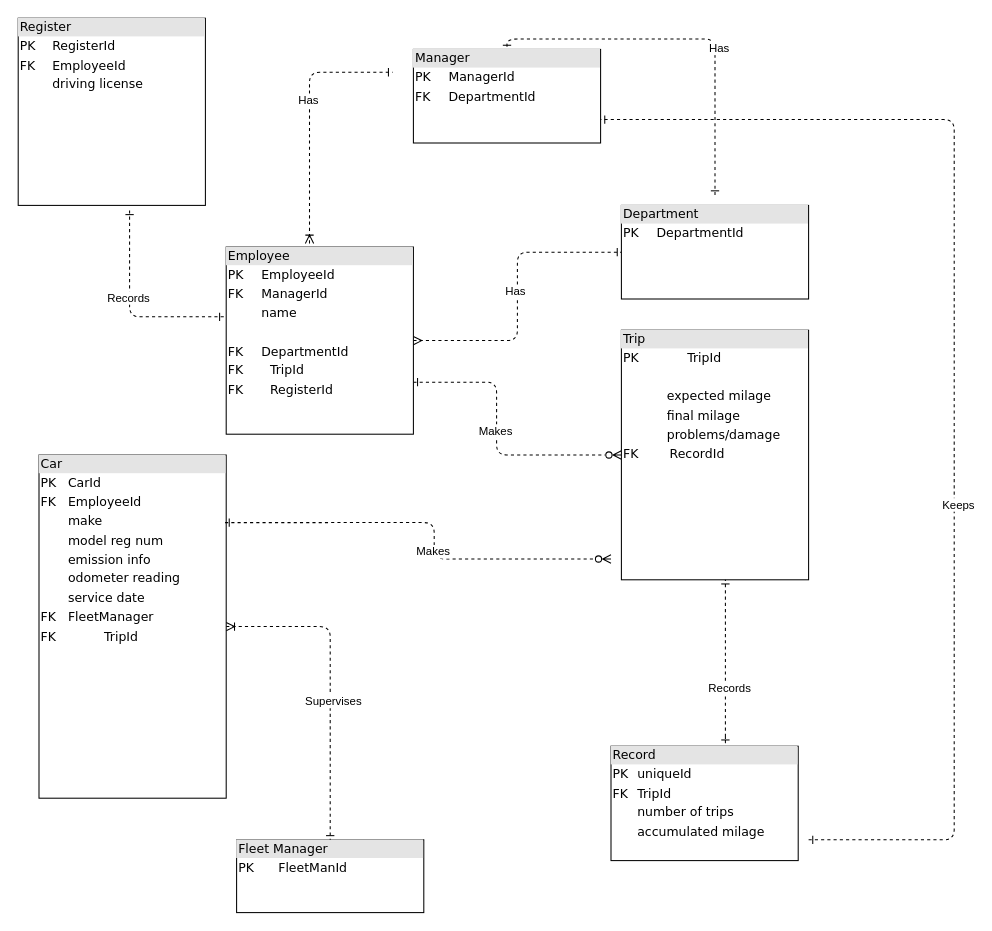
This is Untitled Diagram.drawio from InesCortina/git-demo, a draw.io file, before an edit. Source tidied: cells renumbered, new cells numbered last; positions are measured from the earlier drawing's top-left corner, leaving out a move shared by most shapes. Both pictures are drawn from the tidied source at 104%, with x=0, y=0 at pixel (18, 18).
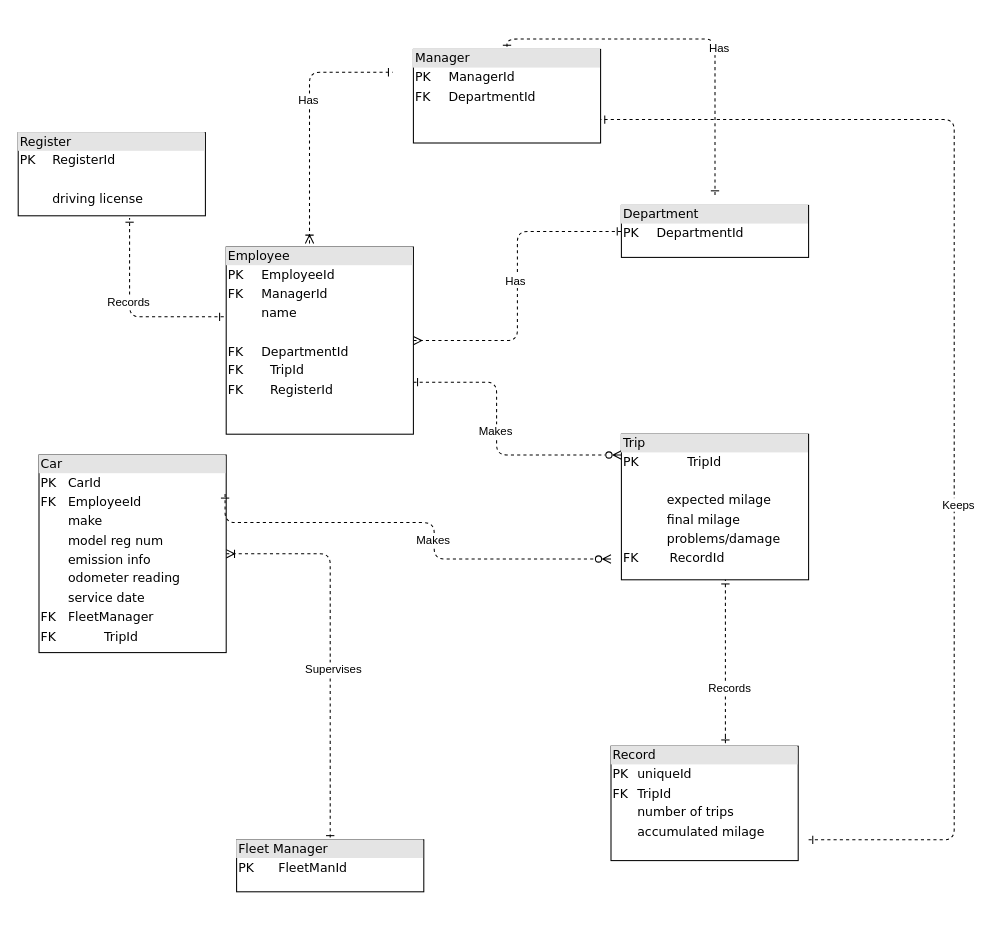
Above is the later version.

What changed in the source:
```diff
@@
     <mxCell id="8" value="&lt;div style=&quot;box-sizing: border-box ; width: 100% ; background: #e4e4e4 ; padding: 2px&quot;&gt;Fleet Manager&lt;/div&gt;&lt;table style=&quot;width: 100% ; font-size: 1em&quot; cellpadding=&quot;2&quot; cellspacing=&quot;0&quot;&gt;&lt;tbody&gt;&lt;tr&gt;&lt;td&gt;PK&lt;/td&gt;&lt;td&gt;FleetManId&lt;/td&gt;&lt;/tr&gt;&lt;tr&gt;&lt;td&gt;&lt;br&gt;&lt;/td&gt;&lt;td&gt;&lt;br&gt;&lt;/td&gt;&lt;/tr&gt;&lt;/tbody&gt;&lt;/table&gt;" style="verticalAlign=top;align=left;overflow=fill;html=1;rounded=0;shadow=0;comic=0;labelBackgroundColor=none;strokeWidth=1;fontFamily=Verdana;fontSize=12;" parent="1" vertex="1">
-      <mxGeometry x="210" y="790" width="180" height="70" as="geometry" />
+      <mxGeometry x="210" y="790" width="180" height="50" as="geometry" />
     </mxCell>
@@
     <mxCell id="11" value="&lt;div style=&quot;box-sizing: border-box ; width: 100% ; background: #e4e4e4 ; padding: 2px&quot;&gt;Car&lt;br&gt;&lt;/div&gt;&lt;table style=&quot;border-color: var(--border-color); font-size: 1em; width: 180px;&quot; cellpadding=&quot;2&quot; cellspacing=&quot;0&quot;&gt;&lt;tbody style=&quot;border-color: var(--border-color);&quot;&gt;&lt;tr style=&quot;border-color: var(--border-color);&quot;&gt;&lt;td style=&quot;border-color: var(--border-color);&quot;&gt;PK&lt;/td&gt;&lt;td style=&quot;border-color: var(--border-color);&quot;&gt;CarId&lt;/td&gt;&lt;/tr&gt;&lt;tr style=&quot;border-color: var(--border-color);&quot;&gt;&lt;td style=&quot;border-color: var(--border-color);&quot;&gt;FK&lt;/td&gt;&lt;td style=&quot;border-color: var(--border-color);&quot;&gt;EmployeeId&lt;br style=&quot;border-color: var(--border-color);&quot;&gt;&lt;/td&gt;&lt;/tr&gt;&lt;tr style=&quot;border-color: var(--border-color);&quot;&gt;&lt;td style=&quot;border-color: var(--border-color);&quot;&gt;&lt;br style=&quot;border-color: var(--border-color);&quot;&gt;&lt;/td&gt;&lt;td style=&quot;border-color: var(--border-color);&quot;&gt;make&lt;/td&gt;&lt;/tr&gt;&lt;tr style=&quot;border-color: var(--border-color);&quot;&gt;&lt;td style=&quot;border-color: var(--border-color);&quot;&gt;&lt;br style=&quot;border-color: var(--border-color);&quot;&gt;&lt;/td&gt;&lt;td style=&quot;border-color: var(--border-color);&quot;&gt;model reg num&lt;/td&gt;&lt;/tr&gt;&lt;tr style=&quot;border-color: var(--border-color);&quot;&gt;&lt;td style=&quot;border-color: var(--border-color);&quot;&gt;&lt;br style=&quot;border-color: var(--border-color);&quot;&gt;&lt;/td&gt;&lt;td style=&quot;border-color: var(--border-color);&quot;&gt;emission info&lt;/td&gt;&lt;/tr&gt;&lt;tr style=&quot;border-color: var(--border-color);&quot;&gt;&lt;td style=&quot;border-color: var(--border-color);&quot;&gt;&lt;br style=&quot;border-color: var(--border-color);&quot;&gt;&lt;/td&gt;&lt;td style=&quot;border-color: var(--border-color);&quot;&gt;odometer reading&lt;/td&gt;&lt;/tr&gt;&lt;tr style=&quot;border-color: var(--border-color);&quot;&gt;&lt;td style=&quot;border-color: var(--border-color);&quot;&gt;&lt;br style=&quot;border-color: var(--border-color);&quot;&gt;&lt;/td&gt;&lt;td style=&quot;border-color: var(--border-color);&quot;&gt;service date&lt;/td&gt;&lt;/tr&gt;&lt;tr style=&quot;border-color: var(--border-color);&quot;&gt;&lt;td style=&quot;border-color: var(--border-color);&quot;&gt;FK&lt;/td&gt;&lt;td style=&quot;border-color: var(--border-color);&quot;&gt;FleetManager&lt;/td&gt;&lt;/tr&gt;&lt;/tbody&gt;&lt;/table&gt;&lt;table style=&quot;width: 100% ; font-size: 1em&quot; cellpadding=&quot;2&quot; cellspacing=&quot;0&quot;&gt;&lt;tbody&gt;&lt;tr&gt;&lt;td&gt;FK&lt;/td&gt;&lt;td&gt;TripId&lt;/td&gt;&lt;/tr&gt;&lt;tr&gt;&lt;td&gt;&lt;br&gt;&lt;/td&gt;&lt;td&gt;&lt;/td&gt;&lt;/tr&gt;&lt;/tbody&gt;&lt;/table&gt;" style="verticalAlign=top;align=left;overflow=fill;html=1;rounded=0;shadow=0;comic=0;labelBackgroundColor=none;strokeWidth=1;fontFamily=Verdana;fontSize=12;" parent="1" vertex="1">
-      <mxGeometry x="20" y="420" width="180" height="330" as="geometry" />
+      <mxGeometry x="20" y="420" width="180" height="190" as="geometry" />
     </mxCell>
@@
     <mxCell id="15" value="&lt;div style=&quot;box-sizing: border-box ; width: 100% ; background: #e4e4e4 ; padding: 2px&quot;&gt;Trip&lt;/div&gt;&lt;table style=&quot;border-color: var(--border-color); font-size: 1em; width: 180px;&quot; cellpadding=&quot;2&quot; cellspacing=&quot;0&quot;&gt;&lt;tbody style=&quot;border-color: var(--border-color);&quot;&gt;&lt;tr style=&quot;border-color: var(--border-color);&quot;&gt;&lt;td style=&quot;border-color: var(--border-color);&quot;&gt;PK&lt;/td&gt;&lt;td style=&quot;border-color: var(--border-color);&quot;&gt;TripId&lt;/td&gt;&lt;/tr&gt;&lt;/tbody&gt;&lt;/table&gt;&lt;table style=&quot;width: 100% ; font-size: 1em&quot; cellpadding=&quot;2&quot; cellspacing=&quot;0&quot;&gt;&lt;tbody&gt;&lt;tr&gt;&lt;td&gt;&amp;nbsp; &amp;nbsp; &amp;nbsp; &amp;nbsp;&amp;nbsp;&lt;/td&gt;&lt;td&gt;&lt;/td&gt;&lt;/tr&gt;&lt;tr&gt;&lt;td&gt;&lt;br&gt;&lt;/td&gt;&lt;td&gt;expected milage&lt;/td&gt;&lt;/tr&gt;&lt;tr&gt;&lt;td&gt;&lt;br&gt;&lt;/td&gt;&lt;td&gt;final milage&lt;br&gt;&lt;/td&gt;&lt;/tr&gt;&lt;tr&gt;&lt;td&gt;&lt;br&gt;&lt;/td&gt;&lt;td&gt;problems/damage&lt;/td&gt;&lt;/tr&gt;&lt;/tbody&gt;&lt;/table&gt;&lt;table style=&quot;border-color: var(--border-color); font-size: 1em; width: 180px;&quot; cellpadding=&quot;2&quot; cellspacing=&quot;0&quot;&gt;&lt;tbody style=&quot;border-color: var(--border-color);&quot;&gt;&lt;tr style=&quot;border-color: var(--border-color);&quot;&gt;&lt;td style=&quot;border-color: var(--border-color);&quot;&gt;FK&lt;/td&gt;&lt;td style=&quot;border-color: var(--border-color);&quot;&gt;RecordId&lt;/td&gt;&lt;/tr&gt;&lt;/tbody&gt;&lt;/table&gt;" style="verticalAlign=top;align=left;overflow=fill;html=1;rounded=0;shadow=0;comic=0;labelBackgroundColor=none;strokeWidth=1;fontFamily=Verdana;fontSize=12;" parent="1" vertex="1">
-      <mxGeometry x="580" y="300" width="180" height="240" as="geometry" />
+      <mxGeometry x="580" y="400" width="180" height="140" as="geometry" />
     </mxCell>
     <mxCell id="16" value="&lt;div style=&quot;box-sizing:border-box;width:100%;background:#e4e4e4;padding:2px;&quot;&gt;Department&lt;br&gt;&lt;/div&gt;&lt;table style=&quot;border-color: var(--border-color); font-size: 1em; width: 180px;&quot; cellpadding=&quot;2&quot; cellspacing=&quot;0&quot;&gt;&lt;tbody style=&quot;border-color: var(--border-color);&quot;&gt;&lt;tr style=&quot;border-color: var(--border-color);&quot;&gt;&lt;td style=&quot;border-color: var(--border-color);&quot;&gt;PK&lt;/td&gt;&lt;td style=&quot;border-color: var(--border-color);&quot;&gt;DepartmentId&lt;/td&gt;&lt;/tr&gt;&lt;tr style=&quot;border-color: var(--border-color);&quot;&gt;&lt;td style=&quot;border-color: var(--border-color);&quot;&gt;&lt;br&gt;&lt;/td&gt;&lt;td style=&quot;border-color: var(--border-color);&quot;&gt;&lt;br&gt;&lt;/td&gt;&lt;/tr&gt;&lt;/tbody&gt;&lt;/table&gt;&lt;table style=&quot;width:100%;font-size:1em;&quot; cellpadding=&quot;2&quot; cellspacing=&quot;0&quot;&gt;&lt;tbody&gt;&lt;tr&gt;&lt;td&gt;&lt;/td&gt;&lt;td&gt;&lt;br&gt;&lt;/td&gt;&lt;/tr&gt;&lt;/tbody&gt;&lt;/table&gt;" style="verticalAlign=top;align=left;overflow=fill;html=1;rounded=0;shadow=0;comic=0;labelBackgroundColor=none;strokeWidth=1;fontFamily=Verdana;fontSize=12;" parent="1" vertex="1">
-      <mxGeometry x="580" y="180" width="180" height="90" as="geometry" />
+      <mxGeometry x="580" y="180" width="180" height="50" as="geometry" />
     </mxCell>
@@
-    <mxCell id="21" value="&lt;div style=&quot;box-sizing: border-box ; width: 100% ; background: #e4e4e4 ; padding: 2px&quot;&gt;Register&lt;/div&gt;&lt;table style=&quot;border-color: var(--border-color); font-size: 1em; width: 180px;&quot; cellpadding=&quot;2&quot; cellspacing=&quot;0&quot;&gt;&lt;tbody style=&quot;border-color: var(--border-color);&quot;&gt;&lt;tr style=&quot;border-color: var(--border-color);&quot;&gt;&lt;td style=&quot;border-color: var(--border-color);&quot;&gt;PK&lt;/td&gt;&lt;td style=&quot;border-color: var(--border-color);&quot;&gt;RegisterId&lt;/td&gt;&lt;/tr&gt;&lt;tr style=&quot;border-color: var(--border-color);&quot;&gt;&lt;td style=&quot;border-color: var(--border-color);&quot;&gt;FK&lt;/td&gt;&lt;td style=&quot;border-color: var(--border-color);&quot;&gt;EmployeeId&lt;br style=&quot;border-color: var(--border-color);&quot;&gt;&lt;/td&gt;&lt;/tr&gt;&lt;tr style=&quot;border-color: var(--border-color);&quot;&gt;&lt;td style=&quot;border-color: var(--border-color);&quot;&gt;&lt;br&gt;&lt;/td&gt;&lt;td style=&quot;border-color: var(--border-color);&quot;&gt;driving license&lt;/td&gt;&lt;/tr&gt;&lt;/tbody&gt;&lt;/table&gt;&lt;table align=&quot;left&quot; style=&quot;width: 100% ; font-size: 1em&quot; cellpadding=&quot;2&quot; cellspacing=&quot;0&quot;&gt;&lt;tbody&gt;&lt;tr&gt;&lt;td&gt;&lt;/td&gt;&lt;td&gt;&lt;br&gt;&lt;/td&gt;&lt;/tr&gt;&lt;/tbody&gt;&lt;/table&gt;" style="verticalAlign=top;align=left;overflow=fill;html=1;rounded=0;shadow=0;comic=0;labelBackgroundColor=none;strokeWidth=1;fontFamily=Verdana;fontSize=12;" parent="1" vertex="1">
-      <mxGeometry width="180" height="180" as="geometry" />
+    <mxCell id="21" value="&lt;div style=&quot;box-sizing: border-box ; width: 100% ; background: #e4e4e4 ; padding: 2px&quot;&gt;Register&lt;/div&gt;&lt;table style=&quot;border-color: var(--border-color); font-size: 1em; width: 180px;&quot; cellpadding=&quot;2&quot; cellspacing=&quot;0&quot;&gt;&lt;tbody style=&quot;border-color: var(--border-color);&quot;&gt;&lt;tr style=&quot;border-color: var(--border-color);&quot;&gt;&lt;td style=&quot;border-color: var(--border-color);&quot;&gt;PK&lt;/td&gt;&lt;td style=&quot;border-color: var(--border-color);&quot;&gt;RegisterId&lt;/td&gt;&lt;/tr&gt;&lt;tr style=&quot;border-color: var(--border-color);&quot;&gt;&lt;td style=&quot;border-color: var(--border-color);&quot;&gt;&lt;br&gt;&lt;/td&gt;&lt;td style=&quot;border-color: var(--border-color);&quot;&gt;&lt;br style=&quot;border-color: var(--border-color);&quot;&gt;&lt;/td&gt;&lt;/tr&gt;&lt;tr style=&quot;border-color: var(--border-color);&quot;&gt;&lt;td style=&quot;border-color: var(--border-color);&quot;&gt;&lt;br&gt;&lt;/td&gt;&lt;td style=&quot;border-color: var(--border-color);&quot;&gt;driving license&lt;/td&gt;&lt;/tr&gt;&lt;/tbody&gt;&lt;/table&gt;&lt;table align=&quot;left&quot; style=&quot;width: 100% ; font-size: 1em&quot; cellpadding=&quot;2&quot; cellspacing=&quot;0&quot;&gt;&lt;tbody&gt;&lt;tr&gt;&lt;td&gt;&lt;/td&gt;&lt;td&gt;&lt;br&gt;&lt;/td&gt;&lt;/tr&gt;&lt;/tbody&gt;&lt;/table&gt;" style="verticalAlign=top;align=left;overflow=fill;html=1;rounded=0;shadow=0;comic=0;labelBackgroundColor=none;strokeWidth=1;fontFamily=Verdana;fontSize=12;" parent="1" vertex="1">
+      <mxGeometry y="110" width="180" height="80" as="geometry" />
     </mxCell>
```
